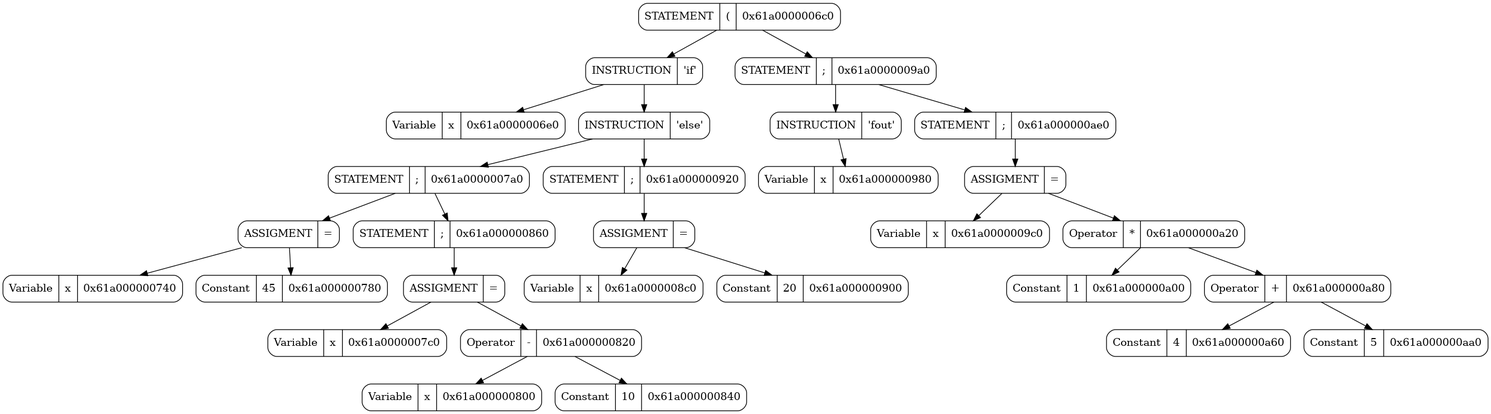
Before: graphics/kek.png, a diagram exported from Graphviz (ArsenySamoylov/Lang). Its source is kept beside it as graphics/dot/kek.dot.
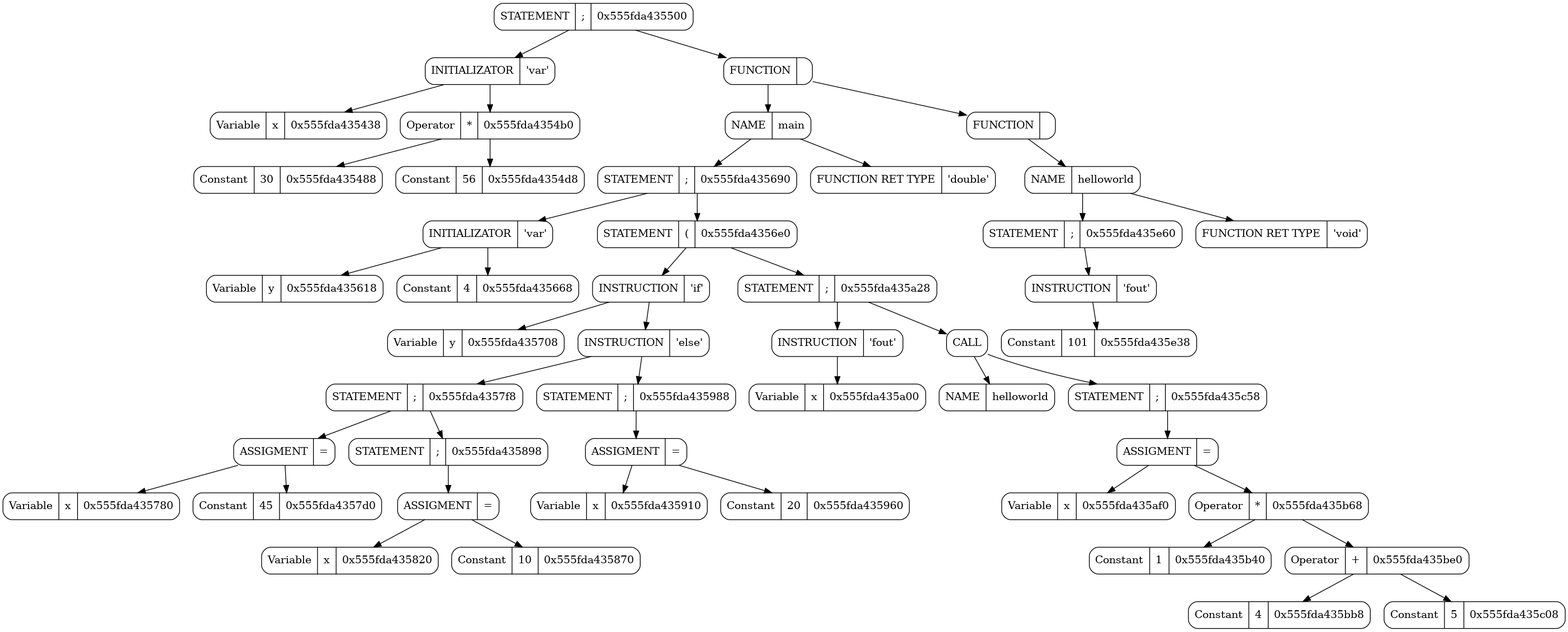
After the change.

Diff of the diagram source:
```diff
@@ -1,90 +1,175 @@
 digraph
 {
 rankdir = TB # RANKDIR
-		node_0x61a0000006c0 [shape = Mrecord label =  "STATEMENT   | {(} | {0x61a0000006c0}"]
-		node_0x61a0000006a0 [shape = Mrecord label =  "INSTRUCTION | {'if'} "]
-		node_0x61a0000006c0 -> node_0x61a0000006a0
-		node_0x61a0000006a0 [shape = Mrecord label =  "INSTRUCTION | {'if'} "]
-		node_0x61a0000006e0 [shape = Mrecord label =  "Variable | {x} | {0x61a0000006e0}"]
-		node_0x61a0000006a0 -> node_0x61a0000006e0
-		node_0x61a0000006e0 [shape = Mrecord label =  "Variable | {x} | {0x61a0000006e0}"]
-		node_0x61a0000008a0 [shape = Mrecord label =  "INSTRUCTION | {'else'} "]
-		node_0x61a0000006a0 -> node_0x61a0000008a0
-		node_0x61a0000008a0 [shape = Mrecord label =  "INSTRUCTION | {'else'} "]
-		node_0x61a0000007a0 [shape = Mrecord label =  "STATEMENT   | {;} | {0x61a0000007a0}"]
-		node_0x61a0000008a0 -> node_0x61a0000007a0
-		node_0x61a0000007a0 [shape = Mrecord label =  "STATEMENT   | {;} | {0x61a0000007a0}"]
-		node_0x61a000000760 [shape = Mrecord label =  "ASSIGMENT | {=}"]
-		node_0x61a0000007a0 -> node_0x61a000000760
-		node_0x61a000000760 [shape = Mrecord label =  "ASSIGMENT | {=}"]
-		node_0x61a000000740 [shape = Mrecord label =  "Variable | {x} | {0x61a000000740}"]
-		node_0x61a000000760 -> node_0x61a000000740
-		node_0x61a000000740 [shape = Mrecord label =  "Variable | {x} | {0x61a000000740}"]
-		node_0x61a000000780 [shape = Mrecord label =  "Constant | {45} | {0x61a000000780}"]
-		node_0x61a000000760 -> node_0x61a000000780
-		node_0x61a000000780 [shape = Mrecord label =  "Constant | {45} | {0x61a000000780}"]
-		node_0x61a000000860 [shape = Mrecord label =  "STATEMENT   | {;} | {0x61a000000860}"]
-		node_0x61a0000007a0 -> node_0x61a000000860
-		node_0x61a000000860 [shape = Mrecord label =  "STATEMENT   | {;} | {0x61a000000860}"]
-		node_0x61a0000007e0 [shape = Mrecord label =  "ASSIGMENT | {=}"]
-		node_0x61a000000860 -> node_0x61a0000007e0
-		node_0x61a0000007e0 [shape = Mrecord label =  "ASSIGMENT | {=}"]
-		node_0x61a0000007c0 [shape = Mrecord label =  "Variable | {x} | {0x61a0000007c0}"]
-		node_0x61a0000007e0 -> node_0x61a0000007c0
-		node_0x61a0000007c0 [shape = Mrecord label =  "Variable | {x} | {0x61a0000007c0}"]
-		node_0x61a000000820 [shape = Mrecord label =  "Operator | {-} | {0x61a000000820}"]
-		node_0x61a0000007e0 -> node_0x61a000000820
-		node_0x61a000000820 [shape = Mrecord label =  "Operator | {-} | {0x61a000000820}"]
-		node_0x61a000000800 [shape = Mrecord label =  "Variable | {x} | {0x61a000000800}"]
-		node_0x61a000000820 -> node_0x61a000000800
-		node_0x61a000000800 [shape = Mrecord label =  "Variable | {x} | {0x61a000000800}"]
-		node_0x61a000000840 [shape = Mrecord label =  "Constant | {10} | {0x61a000000840}"]
-		node_0x61a000000820 -> node_0x61a000000840
-		node_0x61a000000840 [shape = Mrecord label =  "Constant | {10} | {0x61a000000840}"]
-		node_0x61a000000920 [shape = Mrecord label =  "STATEMENT   | {;} | {0x61a000000920}"]
-		node_0x61a0000008a0 -> node_0x61a000000920
-		node_0x61a000000920 [shape = Mrecord label =  "STATEMENT   | {;} | {0x61a000000920}"]
-		node_0x61a0000008e0 [shape = Mrecord label =  "ASSIGMENT | {=}"]
-		node_0x61a000000920 -> node_0x61a0000008e0
-		node_0x61a0000008e0 [shape = Mrecord label =  "ASSIGMENT | {=}"]
-		node_0x61a0000008c0 [shape = Mrecord label =  "Variable | {x} | {0x61a0000008c0}"]
-		node_0x61a0000008e0 -> node_0x61a0000008c0
-		node_0x61a0000008c0 [shape = Mrecord label =  "Variable | {x} | {0x61a0000008c0}"]
-		node_0x61a000000900 [shape = Mrecord label =  "Constant | {20} | {0x61a000000900}"]
-		node_0x61a0000008e0 -> node_0x61a000000900
-		node_0x61a000000900 [shape = Mrecord label =  "Constant | {20} | {0x61a000000900}"]
-		node_0x61a0000009a0 [shape = Mrecord label =  "STATEMENT   | {;} | {0x61a0000009a0}"]
-		node_0x61a0000006c0 -> node_0x61a0000009a0
-		node_0x61a0000009a0 [shape = Mrecord label =  "STATEMENT   | {;} | {0x61a0000009a0}"]
-		node_0x61a000000940 [shape = Mrecord label =  "INSTRUCTION | {'fout'} "]
-		node_0x61a0000009a0 -> node_0x61a000000940
-		node_0x61a000000940 [shape = Mrecord label =  "INSTRUCTION | {'fout'} "]
-		node_0x61a000000980 [shape = Mrecord label =  "Variable | {x} | {0x61a000000980}"]
-		node_0x61a000000940 -> node_0x61a000000980
-		node_0x61a000000980 [shape = Mrecord label =  "Variable | {x} | {0x61a000000980}"]
-		node_0x61a000000ae0 [shape = Mrecord label =  "STATEMENT   | {;} | {0x61a000000ae0}"]
-		node_0x61a0000009a0 -> node_0x61a000000ae0
-		node_0x61a000000ae0 [shape = Mrecord label =  "STATEMENT   | {;} | {0x61a000000ae0}"]
-		node_0x61a0000009e0 [shape = Mrecord label =  "ASSIGMENT | {=}"]
-		node_0x61a000000ae0 -> node_0x61a0000009e0
-		node_0x61a0000009e0 [shape = Mrecord label =  "ASSIGMENT | {=}"]
-		node_0x61a0000009c0 [shape = Mrecord label =  "Variable | {x} | {0x61a0000009c0}"]
-		node_0x61a0000009e0 -> node_0x61a0000009c0
-		node_0x61a0000009c0 [shape = Mrecord label =  "Variable | {x} | {0x61a0000009c0}"]
-		node_0x61a000000a20 [shape = Mrecord label =  "Operator | {*} | {0x61a000000a20}"]
-		node_0x61a0000009e0 -> node_0x61a000000a20
-		node_0x61a000000a20 [shape = Mrecord label =  "Operator | {*} | {0x61a000000a20}"]
-		node_0x61a000000a00 [shape = Mrecord label =  "Constant | {1} | {0x61a000000a00}"]
-		node_0x61a000000a20 -> node_0x61a000000a00
-		node_0x61a000000a00 [shape = Mrecord label =  "Constant | {1} | {0x61a000000a00}"]
-		node_0x61a000000a80 [shape = Mrecord label =  "Operator | {+} | {0x61a000000a80}"]
-		node_0x61a000000a20 -> node_0x61a000000a80
-		node_0x61a000000a80 [shape = Mrecord label =  "Operator | {+} | {0x61a000000a80}"]
-		node_0x61a000000a60 [shape = Mrecord label =  "Constant | {4} | {0x61a000000a60}"]
-		node_0x61a000000a80 -> node_0x61a000000a60
-		node_0x61a000000a60 [shape = Mrecord label =  "Constant | {4} | {0x61a000000a60}"]
-		node_0x61a000000aa0 [shape = Mrecord label =  "Constant | {5} | {0x61a000000aa0}"]
-		node_0x61a000000a80 -> node_0x61a000000aa0
-		node_0x61a000000aa0 [shape = Mrecord label =  "Constant | {5} | {0x61a000000aa0}"]
+		node_0x555fda435500 [shape = Mrecord label =  "STATEMENT   | {;} | {0x555fda435500}"]
+		node_0x555fda435410 [shape = Mrecord label =  "INITIALIZATOR | {'var'}
+
+"]
+		node_0x555fda435500 -> node_0x555fda435410
+		node_0x555fda435410 [shape = Mrecord label =  "INITIALIZATOR | {'var'}
+
+"]
+		node_0x555fda435438 [shape = Mrecord label =  "Variable | {x} | {0x555fda435438}"]
+		node_0x555fda435410 -> node_0x555fda435438
+		node_0x555fda435438 [shape = Mrecord label =  "Variable | {x} | {0x555fda435438}"]
+		node_0x555fda4354b0 [shape = Mrecord label =  "Operator | {*} | {0x555fda4354b0}"]
+		node_0x555fda435410 -> node_0x555fda4354b0
+		node_0x555fda4354b0 [shape = Mrecord label =  "Operator | {*} | {0x555fda4354b0}"]
+		node_0x555fda435488 [shape = Mrecord label =  "Constant | {30} | {0x555fda435488}"]
+		node_0x555fda4354b0 -> node_0x555fda435488
+		node_0x555fda435488 [shape = Mrecord label =  "Constant | {30} | {0x555fda435488}"]
+		node_0x555fda4354d8 [shape = Mrecord label =  "Constant | {56} | {0x555fda4354d8}"]
+		node_0x555fda4354b0 -> node_0x555fda4354d8
+		node_0x555fda4354d8 [shape = Mrecord label =  "Constant | {56} | {0x555fda4354d8}"]
+		node_0x555fda435cf8 [shape = Mrecord label =  "FUNCTION | {}} | {0x555fda435cf8}"]
+		node_0x555fda435500 -> node_0x555fda435cf8
+		node_0x555fda435cf8 [shape = Mrecord label =  "FUNCTION | {}} | {0x555fda435cf8}"]
+		node_0x555fda434a60 [shape = Mrecord label =  "NAME | {main}
+
+"]
+		node_0x555fda435cf8 -> node_0x555fda434a60
+		node_0x555fda434a60 [shape = Mrecord label =  "NAME | {main}
+
+"]
+		node_0x555fda435690 [shape = Mrecord label =  "STATEMENT   | {;} | {0x555fda435690}"]
+		node_0x555fda434a60 -> node_0x555fda435690
+		node_0x555fda435690 [shape = Mrecord label =  "STATEMENT   | {;} | {0x555fda435690}"]
+		node_0x555fda4355f0 [shape = Mrecord label =  "INITIALIZATOR | {'var'}
+
+"]
+		node_0x555fda435690 -> node_0x555fda4355f0
+		node_0x555fda4355f0 [shape = Mrecord label =  "INITIALIZATOR | {'var'}
+
+"]
+		node_0x555fda435618 [shape = Mrecord label =  "Variable | {y} | {0x555fda435618}"]
+		node_0x555fda4355f0 -> node_0x555fda435618
+		node_0x555fda435618 [shape = Mrecord label =  "Variable | {y} | {0x555fda435618}"]
+		node_0x555fda435668 [shape = Mrecord label =  "Constant | {4} | {0x555fda435668}"]
+		node_0x555fda4355f0 -> node_0x555fda435668
+		node_0x555fda435668 [shape = Mrecord label =  "Constant | {4} | {0x555fda435668}"]
+		node_0x555fda4356e0 [shape = Mrecord label =  "STATEMENT   | {(} | {0x555fda4356e0}"]
+		node_0x555fda435690 -> node_0x555fda4356e0
+		node_0x555fda4356e0 [shape = Mrecord label =  "STATEMENT   | {(} | {0x555fda4356e0}"]
+		node_0x555fda4356b8 [shape = Mrecord label =  "INSTRUCTION | {'if'} "]
+		node_0x555fda4356e0 -> node_0x555fda4356b8
+		node_0x555fda4356b8 [shape = Mrecord label =  "INSTRUCTION | {'if'} "]
+		node_0x555fda435708 [shape = Mrecord label =  "Variable | {y} | {0x555fda435708}"]
+		node_0x555fda4356b8 -> node_0x555fda435708
+		node_0x555fda435708 [shape = Mrecord label =  "Variable | {y} | {0x555fda435708}"]
+		node_0x555fda4358e8 [shape = Mrecord label =  "INSTRUCTION | {'else'} "]
+		node_0x555fda4356b8 -> node_0x555fda4358e8
+		node_0x555fda4358e8 [shape = Mrecord label =  "INSTRUCTION | {'else'} "]
+		node_0x555fda4357f8 [shape = Mrecord label =  "STATEMENT   | {;} | {0x555fda4357f8}"]
+		node_0x555fda4358e8 -> node_0x555fda4357f8
+		node_0x555fda4357f8 [shape = Mrecord label =  "STATEMENT   | {;} | {0x555fda4357f8}"]
+		node_0x555fda4357a8 [shape = Mrecord label =  "ASSIGMENT | {=}"]
+		node_0x555fda4357f8 -> node_0x555fda4357a8
+		node_0x555fda4357a8 [shape = Mrecord label =  "ASSIGMENT | {=}"]
+		node_0x555fda435780 [shape = Mrecord label =  "Variable | {x} | {0x555fda435780}"]
+		node_0x555fda4357a8 -> node_0x555fda435780
+		node_0x555fda435780 [shape = Mrecord label =  "Variable | {x} | {0x555fda435780}"]
+		node_0x555fda4357d0 [shape = Mrecord label =  "Constant | {45} | {0x555fda4357d0}"]
+		node_0x555fda4357a8 -> node_0x555fda4357d0
+		node_0x555fda4357d0 [shape = Mrecord label =  "Constant | {45} | {0x555fda4357d0}"]
+		node_0x555fda435898 [shape = Mrecord label =  "STATEMENT   | {;} | {0x555fda435898}"]
+		node_0x555fda4357f8 -> node_0x555fda435898
+		node_0x555fda435898 [shape = Mrecord label =  "STATEMENT   | {;} | {0x555fda435898}"]
+		node_0x555fda435848 [shape = Mrecord label =  "ASSIGMENT | {=}"]
+		node_0x555fda435898 -> node_0x555fda435848
+		node_0x555fda435848 [shape = Mrecord label =  "ASSIGMENT | {=}"]
+		node_0x555fda435820 [shape = Mrecord label =  "Variable | {x} | {0x555fda435820}"]
+		node_0x555fda435848 -> node_0x555fda435820
+		node_0x555fda435820 [shape = Mrecord label =  "Variable | {x} | {0x555fda435820}"]
+		node_0x555fda435870 [shape = Mrecord label =  "Constant | {10} | {0x555fda435870}"]
+		node_0x555fda435848 -> node_0x555fda435870
+		node_0x555fda435870 [shape = Mrecord label =  "Constant | {10} | {0x555fda435870}"]
+		node_0x555fda435988 [shape = Mrecord label =  "STATEMENT   | {;} | {0x555fda435988}"]
+		node_0x555fda4358e8 -> node_0x555fda435988
+		node_0x555fda435988 [shape = Mrecord label =  "STATEMENT   | {;} | {0x555fda435988}"]
+		node_0x555fda435938 [shape = Mrecord label =  "ASSIGMENT | {=}"]
+		node_0x555fda435988 -> node_0x555fda435938
+		node_0x555fda435938 [shape = Mrecord label =  "ASSIGMENT | {=}"]
+		node_0x555fda435910 [shape = Mrecord label =  "Variable | {x} | {0x555fda435910}"]
+		node_0x555fda435938 -> node_0x555fda435910
+		node_0x555fda435910 [shape = Mrecord label =  "Variable | {x} | {0x555fda435910}"]
+		node_0x555fda435960 [shape = Mrecord label =  "Constant | {20} | {0x555fda435960}"]
+		node_0x555fda435938 -> node_0x555fda435960
+		node_0x555fda435960 [shape = Mrecord label =  "Constant | {20} | {0x555fda435960}"]
+		node_0x555fda435a28 [shape = Mrecord label =  "STATEMENT   | {;} | {0x555fda435a28}"]
+		node_0x555fda4356e0 -> node_0x555fda435a28
+		node_0x555fda435a28 [shape = Mrecord label =  "STATEMENT   | {;} | {0x555fda435a28}"]
+		node_0x555fda4359b0 [shape = Mrecord label =  "INSTRUCTION | {'fout'} "]
+		node_0x555fda435a28 -> node_0x555fda4359b0
+		node_0x555fda4359b0 [shape = Mrecord label =  "INSTRUCTION | {'fout'} "]
+		node_0x555fda435a00 [shape = Mrecord label =  "Variable | {x} | {0x555fda435a00}"]
+		node_0x555fda4359b0 -> node_0x555fda435a00
+		node_0x555fda435a00 [shape = Mrecord label =  "Variable | {x} | {0x555fda435a00}"]
+		node_0x555fda434a30 [shape = Mrecord label =  "CALL "]
+		node_0x555fda435a28 -> node_0x555fda434a30
+		node_0x555fda434a30 [shape = Mrecord label =  "CALL "]
+		node_0x555fda435a50 [shape = Mrecord label =  "NAME | {helloworld}
+
+"]
+		node_0x555fda434a30 -> node_0x555fda435a50
+		node_0x555fda435a50 [shape = Mrecord label =  "NAME | {helloworld}
+
+"]
+		node_0x555fda435c58 [shape = Mrecord label =  "STATEMENT   | {;} | {0x555fda435c58}"]
+		node_0x555fda434a30 -> node_0x555fda435c58
+		node_0x555fda435c58 [shape = Mrecord label =  "STATEMENT   | {;} | {0x555fda435c58}"]
+		node_0x555fda435b18 [shape = Mrecord label =  "ASSIGMENT | {=}"]
+		node_0x555fda435c58 -> node_0x555fda435b18
+		node_0x555fda435b18 [shape = Mrecord label =  "ASSIGMENT | {=}"]
+		node_0x555fda435af0 [shape = Mrecord label =  "Variable | {x} | {0x555fda435af0}"]
+		node_0x555fda435b18 -> node_0x555fda435af0
+		node_0x555fda435af0 [shape = Mrecord label =  "Variable | {x} | {0x555fda435af0}"]
+		node_0x555fda435b68 [shape = Mrecord label =  "Operator | {*} | {0x555fda435b68}"]
+		node_0x555fda435b18 -> node_0x555fda435b68
+		node_0x555fda435b68 [shape = Mrecord label =  "Operator | {*} | {0x555fda435b68}"]
+		node_0x555fda435b40 [shape = Mrecord label =  "Constant | {1} | {0x555fda435b40}"]
+		node_0x555fda435b68 -> node_0x555fda435b40
+		node_0x555fda435b40 [shape = Mrecord label =  "Constant | {1} | {0x555fda435b40}"]
+		node_0x555fda435be0 [shape = Mrecord label =  "Operator | {+} | {0x555fda435be0}"]
+		node_0x555fda435b68 -> node_0x555fda435be0
+		node_0x555fda435be0 [shape = Mrecord label =  "Operator | {+} | {0x555fda435be0}"]
+		node_0x555fda435bb8 [shape = Mrecord label =  "Constant | {4} | {0x555fda435bb8}"]
+		node_0x555fda435be0 -> node_0x555fda435bb8
+		node_0x555fda435bb8 [shape = Mrecord label =  "Constant | {4} | {0x555fda435bb8}"]
+		node_0x555fda435c08 [shape = Mrecord label =  "Constant | {5} | {0x555fda435c08}"]
+		node_0x555fda435be0 -> node_0x555fda435c08
+		node_0x555fda435c08 [shape = Mrecord label =  "Constant | {5} | {0x555fda435c08}"]
+		node_0x555fda434a90 [shape = Mrecord label =  "FUNCTION RET TYPE | {'double'}
+
+"]
+		node_0x555fda434a60 -> node_0x555fda434a90
+		node_0x555fda434a90 [shape = Mrecord label =  "FUNCTION RET TYPE | {'double'}
+
+"]
+		node_0x555fda435ed8 [shape = Mrecord label =  "FUNCTION | {}} | {0x555fda435ed8}"]
+		node_0x555fda435cf8 -> node_0x555fda435ed8
+		node_0x555fda435ed8 [shape = Mrecord label =  "FUNCTION | {}} | {0x555fda435ed8}"]
+		node_0x555fda434af0 [shape = Mrecord label =  "NAME | {helloworld}
+
+"]
+		node_0x555fda435ed8 -> node_0x555fda434af0
+		node_0x555fda434af0 [shape = Mrecord label =  "NAME | {helloworld}
+
+"]
+		node_0x555fda435e60 [shape = Mrecord label =  "STATEMENT   | {;} | {0x555fda435e60}"]
+		node_0x555fda434af0 -> node_0x555fda435e60
+		node_0x555fda435e60 [shape = Mrecord label =  "STATEMENT   | {;} | {0x555fda435e60}"]
+		node_0x555fda435de8 [shape = Mrecord label =  "INSTRUCTION | {'fout'} "]
+		node_0x555fda435e60 -> node_0x555fda435de8
+		node_0x555fda435de8 [shape = Mrecord label =  "INSTRUCTION | {'fout'} "]
+		node_0x555fda435e38 [shape = Mrecord label =  "Constant | {101} | {0x555fda435e38}"]
+		node_0x555fda435de8 -> node_0x555fda435e38
+		node_0x555fda435e38 [shape = Mrecord label =  "Constant | {101} | {0x555fda435e38}"]
+		node_0x555fda434b20 [shape = Mrecord label =  "FUNCTION RET TYPE | {'void'}
+
+"]
+		node_0x555fda434af0 -> node_0x555fda434b20
+		node_0x555fda434b20 [shape = Mrecord label =  "FUNCTION RET TYPE | {'void'}
+
+"]
 
 }
```
